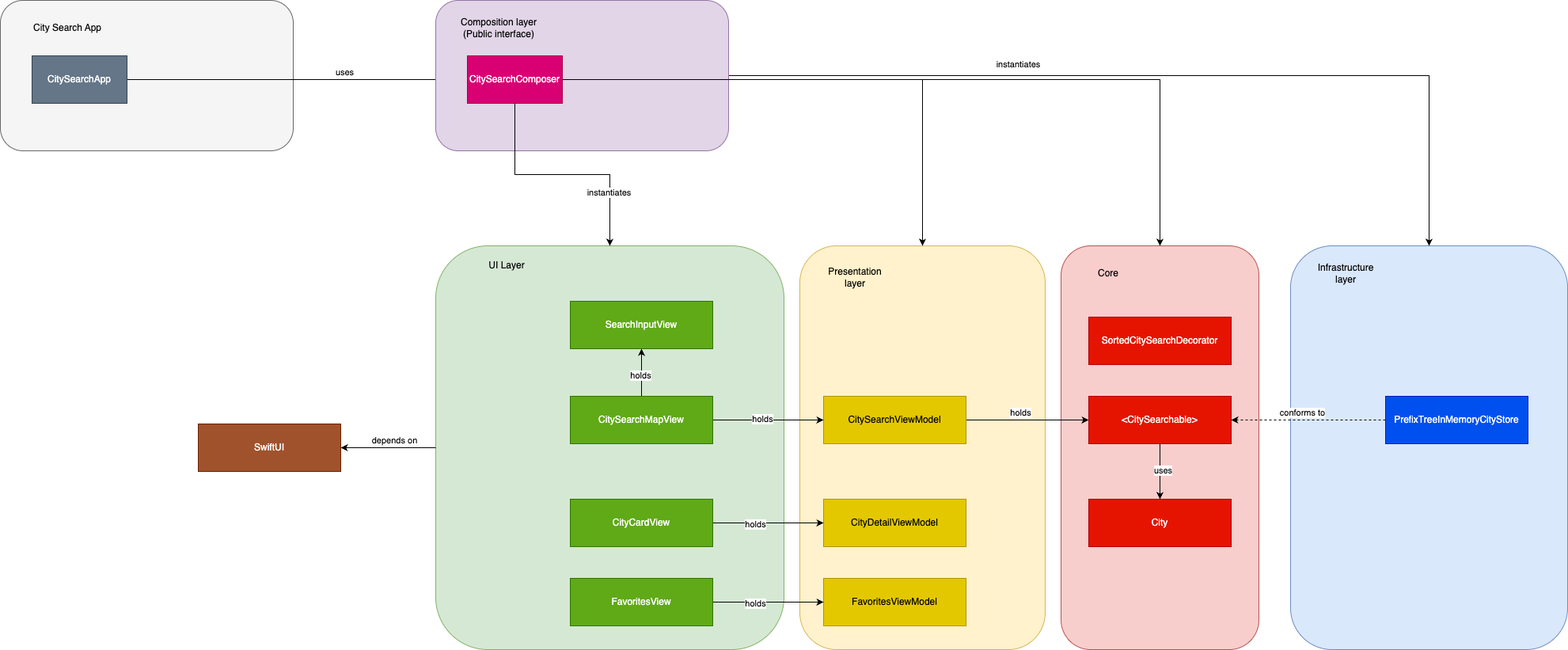
Above: CitySearchArchitecture.drawio.png in damcho/CityExploration (draw.io), before the change. Source tidied: cells renumbered, new cells last; positions are measured from the earlier drawing's top-left corner, leaving out a move shared by most shapes. Source of this version:
```xml
<mxGraphModel>
  <root>
    <mxCell id="0" />
    <mxCell id="1" parent="0" />
    <mxCell id="2" style="rounded=1;whiteSpace=wrap;html=1;fillColor=#dae8fc;strokeColor=#6c8ebf;" parent="1" vertex="1">
      <mxGeometry x="1630" y="310" width="350" height="510" as="geometry" />
    </mxCell>
    <mxCell id="3" style="rounded=1;whiteSpace=wrap;html=1;fillColor=#f8cecc;strokeColor=#b85450;" parent="1" vertex="1">
      <mxGeometry x="1340" y="310" width="250" height="510" as="geometry" />
    </mxCell>
    <mxCell id="4" style="rounded=1;whiteSpace=wrap;html=1;fillColor=#fff2cc;strokeColor=#d6b656;" parent="1" vertex="1">
      <mxGeometry x="1010" y="310" width="310" height="510" as="geometry" />
    </mxCell>
    <mxCell id="5" value="Presentation layer" style="text;html=1;align=center;verticalAlign=middle;whiteSpace=wrap;rounded=0;" parent="1" vertex="1">
      <mxGeometry x="1050" y="335" width="60" height="30" as="geometry" />
    </mxCell>
    <mxCell id="6" style="rounded=1;whiteSpace=wrap;html=1;fillColor=#d5e8d4;strokeColor=#82b366;" parent="1" vertex="1">
      <mxGeometry x="550" y="310" width="440" height="510" as="geometry" />
    </mxCell>
    <mxCell id="7" style="edgeStyle=orthogonalEdgeStyle;rounded=0;jettySize=auto;html=1;entryX=0;entryY=0.5;entryDx=0;entryDy=0;" parent="1" edge="1" source="9" target="24">
      <mxGeometry relative="1" as="geometry" />
    </mxCell>
    <mxCell id="8" value="holds" style="edgeLabel;html=1;align=center;verticalAlign=middle;" parent="7" vertex="1">
      <mxGeometry x="-0.2" y="1" relative="1" as="geometry">
        <mxPoint x="6" y="-9" as="offset" />
      </mxGeometry>
    </mxCell>
    <mxCell id="9" value="CitySearchViewModel" style="rounded=0;whiteSpace=wrap;html=1;fillColor=#e3c800;fontColor=#000000;strokeColor=#B09500;" parent="1" vertex="1">
      <mxGeometry x="1040" y="500" width="180" height="60" as="geometry" />
    </mxCell>
    <mxCell id="10" style="edgeStyle=orthogonalEdgeStyle;rounded=0;jettySize=auto;html=1;entryX=0;entryY=0.5;entryDx=0;entryDy=0;" parent="1" edge="1" source="16" target="9">
      <mxGeometry relative="1" as="geometry" />
    </mxCell>
    <mxCell id="11" value="holds" style="edgeLabel;html=1;align=center;verticalAlign=middle;" parent="10" vertex="1">
      <mxGeometry x="-0.11" y="2" relative="1" as="geometry" />
    </mxCell>
    <mxCell id="12" style="edgeStyle=orthogonalEdgeStyle;rounded=0;jettySize=auto;html=1;entryX=0.5;entryY=1;entryDx=0;entryDy=0;" parent="1" edge="1" source="16" target="17">
      <mxGeometry relative="1" as="geometry" />
    </mxCell>
    <mxCell id="13" value="holds" style="edgeLabel;html=1;align=center;verticalAlign=middle;" parent="12" vertex="1">
      <mxGeometry x="-0.1" y="2" relative="1" as="geometry" />
    </mxCell>
    <mxCell id="14" style="edgeStyle=orthogonalEdgeStyle;rounded=0;jettySize=auto;html=1;entryX=1;entryY=0.5;entryDx=0;entryDy=0;exitX=0;exitY=0.5;exitDx=0;exitDy=0;" parent="1" edge="1" source="6" target="32">
      <mxGeometry relative="1" as="geometry" />
    </mxCell>
    <mxCell id="15" value="depends on" style="edgeLabel;html=1;align=center;verticalAlign=middle;" parent="14" vertex="1">
      <mxGeometry x="-0.15" y="-2" relative="1" as="geometry">
        <mxPoint x="-2" y="-8" as="offset" />
      </mxGeometry>
    </mxCell>
    <mxCell id="16" value="CitySearchMapView" style="rounded=0;whiteSpace=wrap;html=1;fillColor=#60a917;fontColor=#ffffff;strokeColor=#2D7600;" parent="1" vertex="1">
      <mxGeometry x="720" y="500" width="180" height="60" as="geometry" />
    </mxCell>
    <mxCell id="17" value="SearchInputView" style="rounded=0;whiteSpace=wrap;html=1;fillColor=#60a917;fontColor=#ffffff;strokeColor=#2D7600;" parent="1" vertex="1">
      <mxGeometry x="720" y="380" width="180" height="60" as="geometry" />
    </mxCell>
    <mxCell id="18" value="CityDetailViewModel" style="rounded=0;whiteSpace=wrap;html=1;fillColor=#e3c800;fontColor=#000000;strokeColor=#B09500;" parent="1" vertex="1">
      <mxGeometry x="1040" y="630" width="180" height="60" as="geometry" />
    </mxCell>
    <mxCell id="19" style="edgeStyle=orthogonalEdgeStyle;rounded=0;jettySize=auto;html=1;entryX=0;entryY=0.5;entryDx=0;entryDy=0;" parent="1" edge="1" source="21" target="18">
      <mxGeometry relative="1" as="geometry" />
    </mxCell>
    <mxCell id="20" value="holds" style="edgeLabel;html=1;align=center;verticalAlign=middle;" parent="19" vertex="1">
      <mxGeometry x="-0.24" y="-1" relative="1" as="geometry" />
    </mxCell>
    <mxCell id="21" value="CityCardView" style="rounded=0;whiteSpace=wrap;html=1;fillColor=#60a917;fontColor=#ffffff;strokeColor=#2D7600;" parent="1" vertex="1">
      <mxGeometry x="720" y="630" width="180" height="60" as="geometry" />
    </mxCell>
    <mxCell id="22" style="edgeStyle=orthogonalEdgeStyle;rounded=0;jettySize=auto;html=1;entryX=0.5;entryY=0;entryDx=0;entryDy=0;" parent="1" edge="1" source="24" target="31">
      <mxGeometry relative="1" as="geometry" />
    </mxCell>
    <mxCell id="23" value="uses" style="edgeLabel;html=1;align=center;verticalAlign=middle;" parent="22" vertex="1">
      <mxGeometry x="-0.06" y="3" relative="1" as="geometry" />
    </mxCell>
    <mxCell id="24" value="&amp;lt;CitySearchable&amp;gt;" style="rounded=0;whiteSpace=wrap;html=1;fillColor=#e51400;fontColor=#ffffff;strokeColor=#B20000;" parent="1" vertex="1">
      <mxGeometry x="1375" y="500" width="180" height="60" as="geometry" />
    </mxCell>
    <mxCell id="25" style="edgeStyle=orthogonalEdgeStyle;rounded=0;jettySize=auto;html=1;entryX=1;entryY=0.5;entryDx=0;entryDy=0;dashed=1;" parent="1" edge="1" source="27" target="24">
      <mxGeometry relative="1" as="geometry" />
    </mxCell>
    <mxCell id="26" value="conforms to" style="edgeLabel;html=1;align=center;verticalAlign=middle;" parent="25" vertex="1">
      <mxGeometry x="0.31" y="1" relative="1" as="geometry">
        <mxPoint x="22" y="-11" as="offset" />
      </mxGeometry>
    </mxCell>
    <mxCell id="27" value="PrefixTreeInMemoryCityStore" style="rounded=0;whiteSpace=wrap;html=1;fillColor=#0050ef;fontColor=#ffffff;strokeColor=#001DBC;" parent="1" vertex="1">
      <mxGeometry x="1750" y="500" width="180" height="60" as="geometry" />
    </mxCell>
    <mxCell id="28" value="UI Layer" style="text;html=1;align=center;verticalAlign=middle;whiteSpace=wrap;rounded=0;" parent="1" vertex="1">
      <mxGeometry x="610" y="320" width="60" height="30" as="geometry" />
    </mxCell>
    <mxCell id="29" value="Core" style="text;html=1;align=center;verticalAlign=middle;whiteSpace=wrap;rounded=0;" parent="1" vertex="1">
      <mxGeometry x="1370" y="330" width="60" height="30" as="geometry" />
    </mxCell>
    <mxCell id="30" value="Infrastructure layer" style="text;html=1;align=center;verticalAlign=middle;whiteSpace=wrap;rounded=0;" parent="1" vertex="1">
      <mxGeometry x="1670" y="330" width="60" height="30" as="geometry" />
    </mxCell>
    <mxCell id="31" value="City" style="rounded=0;whiteSpace=wrap;html=1;fillColor=#e51400;fontColor=#ffffff;strokeColor=#B20000;" parent="1" vertex="1">
      <mxGeometry x="1375" y="630" width="180" height="60" as="geometry" />
    </mxCell>
    <mxCell id="32" value="SwiftUI" style="rounded=0;whiteSpace=wrap;html=1;fillColor=#a0522d;fontColor=#ffffff;strokeColor=#6D1F00;" parent="1" vertex="1">
      <mxGeometry x="250" y="535" width="180" height="60" as="geometry" />
    </mxCell>
    <mxCell id="33" style="rounded=1;whiteSpace=wrap;html=1;fillColor=#f5f5f5;fontColor=#333333;strokeColor=#666666;" parent="1" vertex="1">
      <mxGeometry width="370" height="190" as="geometry" />
    </mxCell>
    <mxCell id="34" value="City Search App" style="text;html=1;align=center;verticalAlign=middle;whiteSpace=wrap;rounded=0;" parent="1" vertex="1">
      <mxGeometry x="20" y="20" width="130" height="30" as="geometry" />
    </mxCell>
    <mxCell id="35" style="edgeStyle=orthogonalEdgeStyle;rounded=0;jettySize=auto;html=1;entryX=0;entryY=0.5;entryDx=0;entryDy=0;" parent="1" edge="1" source="37" target="46">
      <mxGeometry relative="1" as="geometry" />
    </mxCell>
    <mxCell id="36" value="uses" style="edgeLabel;html=1;align=center;verticalAlign=middle;" parent="35" vertex="1">
      <mxGeometry x="0.27" y="1" relative="1" as="geometry">
        <mxPoint y="-9" as="offset" />
      </mxGeometry>
    </mxCell>
    <mxCell id="37" value="CitySearchApp" style="rounded=0;whiteSpace=wrap;html=1;fillColor=#647687;fontColor=#ffffff;strokeColor=#314354;" parent="1" vertex="1">
      <mxGeometry x="40" y="70" width="120" height="60" as="geometry" />
    </mxCell>
    <mxCell id="38" style="edgeStyle=orthogonalEdgeStyle;rounded=0;jettySize=auto;html=1;entryX=0.5;entryY=0;entryDx=0;entryDy=0;" parent="1" edge="1" source="39" target="2">
      <mxGeometry relative="1" as="geometry" />
    </mxCell>
    <mxCell id="39" style="rounded=1;whiteSpace=wrap;html=1;fillColor=#e1d5e7;strokeColor=#9673a6;" parent="1" vertex="1">
      <mxGeometry x="550" width="370" height="190" as="geometry" />
    </mxCell>
    <mxCell id="40" value="Composition layer (Public interface)" style="text;html=1;align=center;verticalAlign=middle;whiteSpace=wrap;rounded=0;" parent="1" vertex="1">
      <mxGeometry x="580" y="20" width="100" height="30" as="geometry" />
    </mxCell>
    <mxCell id="41" style="edgeStyle=orthogonalEdgeStyle;rounded=0;jettySize=auto;html=1;entryX=0.5;entryY=0;entryDx=0;entryDy=0;" parent="1" edge="1" source="46" target="6">
      <mxGeometry relative="1" as="geometry" />
    </mxCell>
    <mxCell id="42" value="instantiates" style="edgeLabel;html=1;align=center;verticalAlign=middle;" parent="41" vertex="1">
      <mxGeometry x="0.55" y="-2" relative="1" as="geometry" />
    </mxCell>
    <mxCell id="43" style="edgeStyle=orthogonalEdgeStyle;rounded=0;jettySize=auto;html=1;entryX=0.5;entryY=0;entryDx=0;entryDy=0;" parent="1" edge="1" source="46" target="4">
      <mxGeometry relative="1" as="geometry" />
    </mxCell>
    <mxCell id="44" style="edgeStyle=orthogonalEdgeStyle;rounded=0;jettySize=auto;html=1;entryX=0.5;entryY=0;entryDx=0;entryDy=0;" parent="1" edge="1" source="46" target="3">
      <mxGeometry relative="1" as="geometry" />
    </mxCell>
    <mxCell id="45" value="instantiates" style="edgeLabel;html=1;align=center;verticalAlign=middle;" parent="44" vertex="1">
      <mxGeometry x="0.19" y="1" relative="1" as="geometry">
        <mxPoint y="-19" as="offset" />
      </mxGeometry>
    </mxCell>
    <mxCell id="46" value="CitySearchComposer" style="rounded=0;whiteSpace=wrap;html=1;fillColor=#d80073;fontColor=#ffffff;strokeColor=#A50040;" parent="1" vertex="1">
      <mxGeometry x="590" y="70" width="120" height="60" as="geometry" />
    </mxCell>
    <mxCell id="47" value="FavoritesViewModel" style="rounded=0;whiteSpace=wrap;html=1;fillColor=#e3c800;fontColor=#000000;strokeColor=#B09500;" parent="1" vertex="1">
      <mxGeometry x="1040" y="730" width="180" height="60" as="geometry" />
    </mxCell>
    <mxCell id="48" style="edgeStyle=orthogonalEdgeStyle;rounded=0;jettySize=auto;html=1;entryX=0;entryY=0.5;entryDx=0;entryDy=0;" parent="1" edge="1" source="50" target="47">
      <mxGeometry relative="1" as="geometry" />
    </mxCell>
    <mxCell id="49" value="holds" style="edgeLabel;html=1;align=center;verticalAlign=middle;" parent="48" vertex="1">
      <mxGeometry x="-0.24" y="-1" relative="1" as="geometry" />
    </mxCell>
    <mxCell id="50" value="FavoritesView" style="rounded=0;whiteSpace=wrap;html=1;fillColor=#60a917;fontColor=#ffffff;strokeColor=#2D7600;" parent="1" vertex="1">
      <mxGeometry x="720" y="730" width="180" height="60" as="geometry" />
    </mxCell>
    <mxCell id="51" value="SortedCitySearchDecorator" style="rounded=0;whiteSpace=wrap;html=1;fillColor=#e51400;fontColor=#ffffff;strokeColor=#B20000;" parent="1" vertex="1">
      <mxGeometry x="1375" y="400" width="180" height="60" as="geometry" />
    </mxCell>
  </root>
</mxGraphModel>
```
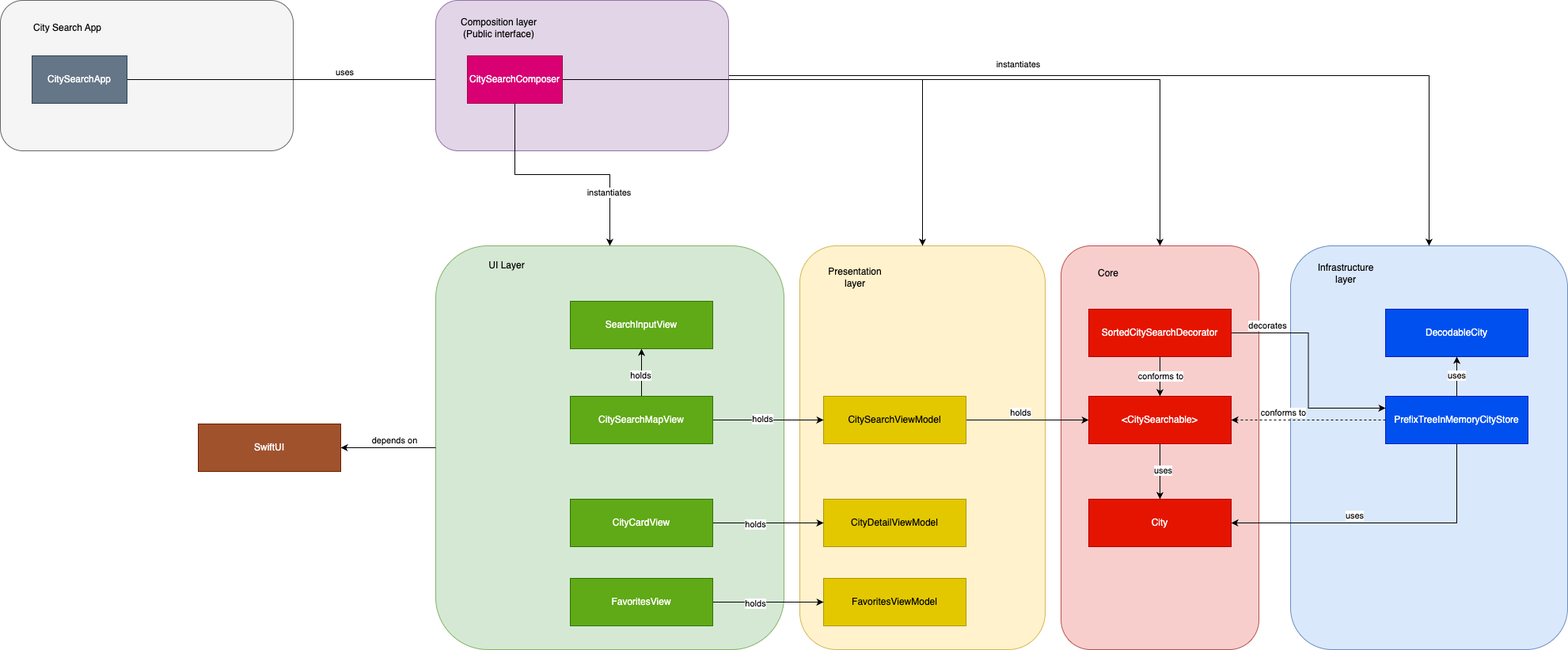
The same file after the commit.

Commit message:
updating architecture diagram

The edit, as a diff of the source:
```diff
@@ -80,9 +80,27 @@
     </mxCell>
     <mxCell id="26" value="conforms to" style="edgeLabel;html=1;align=center;verticalAlign=middle;" parent="25" vertex="1">
       <mxGeometry x="0.31" y="1" relative="1" as="geometry">
-        <mxPoint x="22" y="-11" as="offset" />
+        <mxPoint x="-2" y="-11" as="offset" />
       </mxGeometry>
     </mxCell>
+    <mxCell id="52" style="edgeStyle=orthogonalEdgeStyle;rounded=0;jettySize=auto;html=1;entryX=1;entryY=0.5;entryDx=0;entryDy=0;" parent="1" edge="1" source="27" target="31">
+      <mxGeometry relative="1" as="geometry">
+        <Array as="points">
+          <mxPoint x="1840" y="660" />
+        </Array>
+      </mxGeometry>
+    </mxCell>
+    <mxCell id="53" value="uses" style="edgeLabel;html=1;align=center;verticalAlign=middle;" parent="52" vertex="1">
+      <mxGeometry x="0.2" y="-2" relative="1" as="geometry">
+        <mxPoint x="1" y="-8" as="offset" />
+      </mxGeometry>
+    </mxCell>
+    <mxCell id="54" style="edgeStyle=orthogonalEdgeStyle;rounded=0;jettySize=auto;html=1;entryX=0.5;entryY=1;entryDx=0;entryDy=0;" parent="1" edge="1" source="27" target="60">
+      <mxGeometry relative="1" as="geometry" />
+    </mxCell>
+    <mxCell id="55" value="uses" style="edgeLabel;html=1;align=center;verticalAlign=middle;" parent="54" vertex="1">
+      <mxGeometry x="0.08" y="1" relative="1" as="geometry" />
+    </mxCell>
     <mxCell id="27" value="PrefixTreeInMemoryCityStore" style="rounded=0;whiteSpace=wrap;html=1;fillColor=#0050ef;fontColor=#ffffff;strokeColor=#001DBC;" parent="1" vertex="1">
       <mxGeometry x="1750" y="500" width="180" height="60" as="geometry" />
     </mxCell>
@@ -159,8 +177,25 @@
     <mxCell id="50" value="FavoritesView" style="rounded=0;whiteSpace=wrap;html=1;fillColor=#60a917;fontColor=#ffffff;strokeColor=#2D7600;" parent="1" vertex="1">
       <mxGeometry x="720" y="730" width="180" height="60" as="geometry" />
     </mxCell>
+    <mxCell id="56" style="edgeStyle=orthogonalEdgeStyle;rounded=0;jettySize=auto;html=1;entryX=0.5;entryY=0;entryDx=0;entryDy=0;" parent="1" edge="1" source="51" target="24">
+      <mxGeometry relative="1" as="geometry" />
+    </mxCell>
+    <mxCell id="57" value="conforms to" style="edgeLabel;html=1;align=center;verticalAlign=middle;" parent="56" vertex="1">
+      <mxGeometry x="-0.04" relative="1" as="geometry" />
+    </mxCell>
+    <mxCell id="58" style="edgeStyle=orthogonalEdgeStyle;rounded=0;jettySize=auto;html=1;entryX=0;entryY=0.25;entryDx=0;entryDy=0;" parent="1" edge="1" source="51" target="27">
+      <mxGeometry relative="1" as="geometry" />
+    </mxCell>
+    <mxCell id="59" value="decorates" style="edgeLabel;html=1;align=center;verticalAlign=middle;" parent="58" vertex="1">
+      <mxGeometry x="-0.66" relative="1" as="geometry">
+        <mxPoint x="-4" y="-10" as="offset" />
+      </mxGeometry>
+    </mxCell>
     <mxCell id="51" value="SortedCitySearchDecorator" style="rounded=0;whiteSpace=wrap;html=1;fillColor=#e51400;fontColor=#ffffff;strokeColor=#B20000;" parent="1" vertex="1">
-      <mxGeometry x="1375" y="400" width="180" height="60" as="geometry" />
+      <mxGeometry x="1375" y="390" width="180" height="60" as="geometry" />
     </mxCell>
+    <mxCell id="60" value="DecodableCity" style="rounded=0;whiteSpace=wrap;html=1;fillColor=#0050ef;fontColor=#ffffff;strokeColor=#001DBC;" parent="1" vertex="1">
+      <mxGeometry x="1750" y="390" width="180" height="60" as="geometry" />
+    </mxCell>
   </root>
 </mxGraphModel>
```
